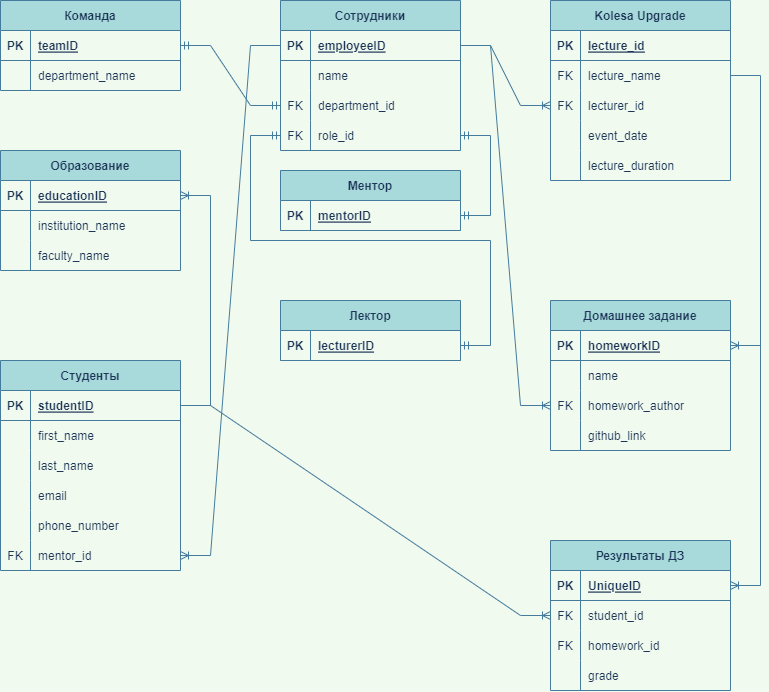
The draw.io diagram part2/kolesa-upgrade.png in Kolesa-Education/kolesa-upgrade-homework-4, before a commit. Source tidied: cells renumbered, new cells last; positions are measured from the earlier drawing's top-left corner, leaving out a move shared by most shapes.
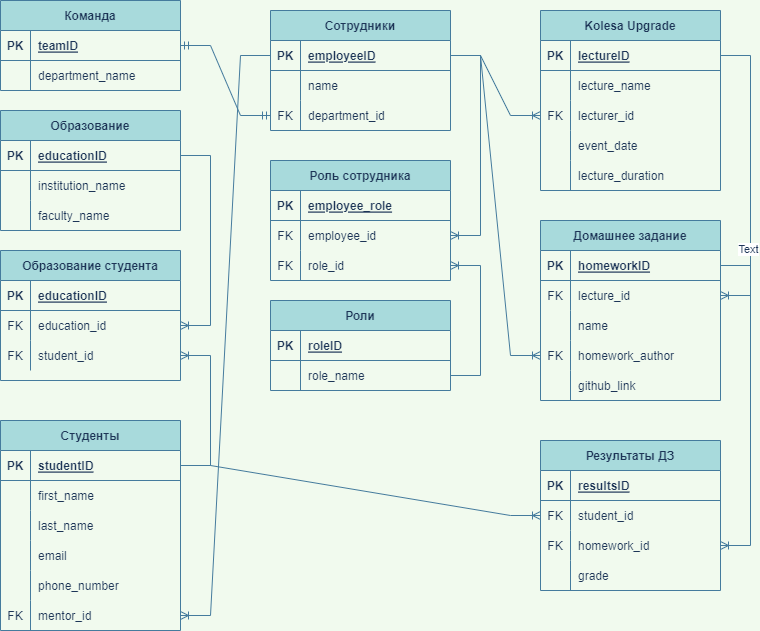
After the change.

Commit message:
Исправил-ошибки-2

The edit, as a diff of the source:
```diff
@@ -5,3 +5,3 @@
     <mxCell id="2" value="Студенты" style="shape=table;startSize=30;rowLines=0;fontStyle=1;align=center;fillColor=#A8DADC;strokeColor=#457B9D;fontColor=#1D3557;" parent="1" vertex="1">
-      <mxGeometry y="360" width="180" height="210" as="geometry" />
+      <mxGeometry x="10" y="410" width="180" height="210" as="geometry" />
     </mxCell>
@@ -62,3 +62,3 @@
     <mxCell id="21" value="Сотрудники" style="shape=table;startSize=30;rowLines=0;fontStyle=1;align=center;fillColor=#A8DADC;strokeColor=#457B9D;fontColor=#1D3557;" parent="1" vertex="1">
-      <mxGeometry x="280" width="180" height="150" as="geometry" />
+      <mxGeometry x="280" width="180" height="120" as="geometry" />
     </mxCell>
@@ -91,11 +91,2 @@
     </mxCell>
-    <mxCell id="31" style="shape=tableRow;horizontal=0;startSize=0;swimlaneHead=0;swimlaneBody=0;fillColor=none;points=[[0,0.5],[1,0.5]];portConstraint=eastwest;top=0;left=0;right=0;bottom=0;strokeColor=#457B9D;fontColor=#1D3557;" parent="21" vertex="1">
-      <mxGeometry y="120" width="180" height="30" as="geometry" />
-    </mxCell>
-    <mxCell id="32" value="FK" style="shape=partialRectangle;fillColor=none;top=0;left=0;bottom=0;right=0;fontStyle=0;overflow=hidden;strokeColor=#457B9D;fontColor=#1D3557;" parent="31" vertex="1">
-      <mxGeometry width="30" height="30" as="geometry" />
-    </mxCell>
-    <mxCell id="33" value="role_id" style="shape=partialRectangle;fillColor=none;top=0;left=0;bottom=0;right=0;align=left;spacingLeft=6;fontStyle=0;overflow=hidden;strokeColor=#457B9D;fontColor=#1D3557;" parent="31" vertex="1">
-      <mxGeometry x="30" width="150" height="30" as="geometry" />
-    </mxCell>
     <mxCell id="34" value="Kolesa Upgrade" style="shape=table;startSize=30;rowLines=0;fontStyle=1;align=center;strokeColor=#457B9D;fontColor=#1D3557;fillColor=#A8DADC;" parent="1" vertex="1">
@@ -109,3 +100,3 @@
     </mxCell>
-    <mxCell id="37" value="lecture_id" style="shape=partialRectangle;fillColor=none;top=0;left=0;bottom=0;right=0;align=left;spacingLeft=6;fontStyle=5;overflow=hidden;strokeColor=#457B9D;fontColor=#1D3557;" parent="35" vertex="1">
+    <mxCell id="37" value="lectureID" style="shape=partialRectangle;fillColor=none;top=0;left=0;bottom=0;right=0;align=left;spacingLeft=6;fontStyle=5;overflow=hidden;strokeColor=#457B9D;fontColor=#1D3557;" parent="35" vertex="1">
       <mxGeometry x="30" width="150" height="30" as="geometry" />
@@ -115,3 +106,3 @@
     </mxCell>
-    <mxCell id="39" value="FK" style="shape=partialRectangle;fillColor=none;top=0;left=0;bottom=0;right=0;fontStyle=0;overflow=hidden;strokeColor=#457B9D;fontColor=#1D3557;" parent="38" vertex="1">
+    <mxCell id="39" style="shape=partialRectangle;fillColor=none;top=0;left=0;bottom=0;right=0;fontStyle=0;overflow=hidden;strokeColor=#457B9D;fontColor=#1D3557;" parent="38" vertex="1">
       <mxGeometry width="30" height="30" as="geometry" />
@@ -149,3 +140,3 @@
     <mxCell id="50" value="Домашнее задание" style="shape=table;startSize=30;rowLines=0;fontStyle=1;align=center;strokeColor=#457B9D;fontColor=#1D3557;fillColor=#A8DADC;" parent="1" vertex="1">
-      <mxGeometry x="550" y="300" width="180" height="150" as="geometry" />
+      <mxGeometry x="550" y="210" width="180" height="180" as="geometry" />
     </mxCell>
@@ -160,4 +151,13 @@
     </mxCell>
+    <mxCell id="111" style="shape=tableRow;horizontal=0;startSize=0;swimlaneHead=0;swimlaneBody=0;fillColor=none;points=[[0,0.5],[1,0.5]];portConstraint=eastwest;top=0;left=0;right=0;bottom=0;strokeColor=#457B9D;fontColor=#1D3557;" parent="50" vertex="1">
+      <mxGeometry y="60" width="180" height="30" as="geometry" />
+    </mxCell>
+    <mxCell id="112" value="FK" style="shape=partialRectangle;fillColor=none;top=0;left=0;bottom=0;right=0;fontStyle=0;overflow=hidden;strokeColor=#457B9D;fontColor=#1D3557;" parent="111" vertex="1">
+      <mxGeometry width="30" height="30" as="geometry" />
+    </mxCell>
+    <mxCell id="113" value="lecture_id" style="shape=partialRectangle;fillColor=none;top=0;left=0;bottom=0;right=0;align=left;spacingLeft=6;fontStyle=0;overflow=hidden;strokeColor=#457B9D;fontColor=#1D3557;" parent="111" vertex="1">
+      <mxGeometry x="30" width="150" height="30" as="geometry" />
+    </mxCell>
     <mxCell id="54" style="shape=tableRow;horizontal=0;startSize=0;swimlaneHead=0;swimlaneBody=0;fillColor=none;top=0;left=0;right=0;bottom=0;strokeColor=#457B9D;fontColor=#1D3557;" parent="50" vertex="1">
-      <mxGeometry y="60" width="180" height="30" as="geometry" />
+      <mxGeometry y="90" width="180" height="30" as="geometry" />
     </mxCell>
@@ -170,3 +170,3 @@
     <mxCell id="57" style="shape=tableRow;horizontal=0;startSize=0;swimlaneHead=0;swimlaneBody=0;fillColor=none;points=[[0,0.5],[1,0.5]];portConstraint=eastwest;top=0;left=0;right=0;bottom=0;strokeColor=#457B9D;fontColor=#1D3557;" parent="50" vertex="1">
-      <mxGeometry y="90" width="180" height="30" as="geometry" />
+      <mxGeometry y="120" width="180" height="30" as="geometry" />
     </mxCell>
@@ -179,3 +179,3 @@
     <mxCell id="60" style="shape=tableRow;horizontal=0;startSize=0;swimlaneHead=0;swimlaneBody=0;fillColor=none;top=0;left=0;right=0;bottom=0;strokeColor=#457B9D;fontColor=#1D3557;" parent="50" vertex="1">
-      <mxGeometry y="120" width="180" height="30" as="geometry" />
+      <mxGeometry y="150" width="180" height="30" as="geometry" />
     </mxCell>
@@ -188,3 +188,3 @@
     <mxCell id="63" value="Результаты ДЗ" style="shape=table;startSize=30;rowLines=0;fontStyle=1;align=center;strokeColor=#457B9D;fontColor=#1D3557;fillColor=#A8DADC;" parent="1" vertex="1">
-      <mxGeometry x="550" y="540" width="180" height="150" as="geometry" />
+      <mxGeometry x="550" y="430" width="180" height="150" as="geometry" />
     </mxCell>
@@ -196,3 +196,3 @@
     </mxCell>
-    <mxCell id="66" value="UniqueID" style="shape=partialRectangle;fillColor=none;top=0;left=0;bottom=0;right=0;align=left;spacingLeft=6;fontStyle=5;overflow=hidden;strokeColor=#457B9D;fontColor=#1D3557;" parent="64" vertex="1">
+    <mxCell id="66" value="resultsID" style="shape=partialRectangle;fillColor=none;top=0;left=0;bottom=0;right=0;align=left;spacingLeft=6;fontStyle=5;overflow=hidden;strokeColor=#457B9D;fontColor=#1D3557;" parent="64" vertex="1">
       <mxGeometry x="30" width="150" height="30" as="geometry" />
@@ -238,4 +238,4 @@
     </mxCell>
-    <mxCell id="80" value="Ментор" style="shape=table;startSize=30;rowLines=0;fontStyle=1;align=center;strokeColor=#457B9D;fontColor=#1D3557;fillColor=#A8DADC;" parent="1" vertex="1">
-      <mxGeometry x="280" y="170" width="180" height="60" as="geometry" />
+    <mxCell id="80" value="Роль сотрудника" style="shape=table;startSize=30;rowLines=0;fontStyle=1;align=center;strokeColor=#457B9D;fontColor=#1D3557;fillColor=#A8DADC;" parent="1" vertex="1">
+      <mxGeometry x="280" y="150" width="180" height="120" as="geometry" />
     </mxCell>
@@ -247,10 +247,25 @@
     </mxCell>
-    <mxCell id="83" value="mentorID" style="shape=partialRectangle;fillColor=none;top=0;left=0;bottom=0;right=0;align=left;spacingLeft=6;fontStyle=5;overflow=hidden;strokeColor=#457B9D;fontColor=#1D3557;" parent="81" vertex="1">
+    <mxCell id="83" value="employee_role" style="shape=partialRectangle;fillColor=none;top=0;left=0;bottom=0;right=0;align=left;spacingLeft=6;fontStyle=5;overflow=hidden;strokeColor=#457B9D;fontColor=#1D3557;" parent="81" vertex="1">
       <mxGeometry x="30" width="150" height="30" as="geometry" />
     </mxCell>
-    <mxCell id="84" style="edgeStyle=entityRelationEdgeStyle;fontSize=12;html=1;endArrow=ERmandOne;startArrow=ERmandOne;rounded=0;strokeColor=#457B9D;fontColor=#1D3557;fillColor=#A8DADC;exitX=1;exitY=0.5;exitDx=0;exitDy=0;entryX=1;entryY=0.5;entryDx=0;entryDy=0;labelBackgroundColor=#F1FAEE;" parent="1" edge="1" source="81" target="31">
-      <mxGeometry relative="1" as="geometry" />
-    </mxCell>
+    <mxCell id="114" style="shape=tableRow;horizontal=0;startSize=0;swimlaneHead=0;swimlaneBody=0;fillColor=none;points=[[0,0.5],[1,0.5]];portConstraint=eastwest;top=0;left=0;right=0;bottom=0;strokeColor=#457B9D;fontColor=#1D3557;" parent="80" vertex="1">
+      <mxGeometry y="60" width="180" height="30" as="geometry" />
+    </mxCell>
+    <mxCell id="115" value="FK" style="shape=partialRectangle;fillColor=none;top=0;left=0;bottom=0;right=0;fontStyle=0;overflow=hidden;strokeColor=#457B9D;fontColor=#1D3557;" parent="114" vertex="1">
+      <mxGeometry width="30" height="30" as="geometry" />
+    </mxCell>
+    <mxCell id="116" value="employee_id" style="shape=partialRectangle;fillColor=none;top=0;left=0;bottom=0;right=0;align=left;spacingLeft=6;fontStyle=0;overflow=hidden;strokeColor=#457B9D;fontColor=#1D3557;" parent="114" vertex="1">
+      <mxGeometry x="30" width="150" height="30" as="geometry" />
+    </mxCell>
+    <mxCell id="117" style="shape=tableRow;horizontal=0;startSize=0;swimlaneHead=0;swimlaneBody=0;fillColor=none;points=[[0,0.5],[1,0.5]];portConstraint=eastwest;top=0;left=0;right=0;bottom=0;strokeColor=#457B9D;fontColor=#1D3557;" parent="80" vertex="1">
+      <mxGeometry y="90" width="180" height="30" as="geometry" />
+    </mxCell>
+    <mxCell id="118" value="FK" style="shape=partialRectangle;fillColor=none;top=0;left=0;bottom=0;right=0;fontStyle=0;overflow=hidden;strokeColor=#457B9D;fontColor=#1D3557;" parent="117" vertex="1">
+      <mxGeometry width="30" height="30" as="geometry" />
+    </mxCell>
+    <mxCell id="33" value="role_id" style="shape=partialRectangle;fillColor=none;top=0;left=0;bottom=0;right=0;align=left;spacingLeft=6;fontStyle=0;overflow=hidden;strokeColor=#457B9D;fontColor=#1D3557;" parent="117" vertex="1">
+      <mxGeometry x="30" width="150" height="30" as="geometry" />
+    </mxCell>
     <mxCell id="85" value="Команда" style="shape=table;startSize=30;rowLines=0;fontStyle=1;align=center;strokeColor=#457B9D;fontColor=#1D3557;fillColor=#A8DADC;" parent="1" vertex="1">
-      <mxGeometry width="180" height="90" as="geometry" />
+      <mxGeometry x="10" y="-10" width="180" height="90" as="geometry" />
     </mxCell>
@@ -278,3 +293,3 @@
     <mxCell id="93" value="Образование" style="shape=table;startSize=30;rowLines=0;fontStyle=1;align=center;fillColor=#A8DADC;strokeColor=#457B9D;fontColor=#1D3557;" parent="1" vertex="1">
-      <mxGeometry y="150" width="180" height="120" as="geometry" />
+      <mxGeometry x="10" y="100" width="180" height="120" as="geometry" />
     </mxCell>
@@ -307,28 +322,74 @@
     </mxCell>
-    <mxCell id="103" style="edgeStyle=entityRelationEdgeStyle;fontSize=12;html=1;endArrow=ERoneToMany;rounded=0;strokeColor=#457B9D;fontColor=#1D3557;fillColor=#A8DADC;exitX=1;exitY=0.5;exitDx=0;exitDy=0;entryX=1;entryY=0.5;entryDx=0;entryDy=0;" parent="1" edge="1" source="3" target="94">
-      <mxGeometry relative="1" as="geometry" />
-    </mxCell>
-    <mxCell id="104" value="Лектор" style="shape=table;startSize=30;rowLines=0;fontStyle=1;align=center;strokeColor=#457B9D;fontColor=#1D3557;fillColor=#A8DADC;" parent="1" vertex="1">
-      <mxGeometry x="280" y="300" width="180" height="60" as="geometry" />
-    </mxCell>
-    <mxCell id="105" style="shape=tableRow;horizontal=0;startSize=0;swimlaneHead=0;swimlaneBody=0;fillColor=none;points=[[0,0.5],[1,0.5]];portConstraint=eastwest;top=0;left=0;right=0;bottom=1;strokeColor=#457B9D;fontColor=#1D3557;" parent="104" vertex="1">
-      <mxGeometry y="30" width="180" height="30" as="geometry" />
-    </mxCell>
-    <mxCell id="106" value="PK" style="shape=partialRectangle;fillColor=none;top=0;left=0;bottom=0;right=0;fontStyle=1;overflow=hidden;strokeColor=#457B9D;fontColor=#1D3557;" parent="105" vertex="1">
-      <mxGeometry width="30" height="30" as="geometry" />
-    </mxCell>
-    <mxCell id="107" value="lecturerID" style="shape=partialRectangle;fillColor=none;top=0;left=0;bottom=0;right=0;align=left;spacingLeft=6;fontStyle=5;overflow=hidden;strokeColor=#457B9D;fontColor=#1D3557;" parent="105" vertex="1">
-      <mxGeometry x="30" width="150" height="30" as="geometry" />
-    </mxCell>
-    <mxCell id="108" style="edgeStyle=entityRelationEdgeStyle;fontSize=12;html=1;endArrow=ERmandOne;startArrow=ERmandOne;rounded=0;strokeColor=#457B9D;fontColor=#1D3557;fillColor=#A8DADC;" parent="1" edge="1" source="105">
-      <mxGeometry relative="1" as="geometry">
-        <mxPoint x="280" y="135" as="targetPoint" />
-      </mxGeometry>
-    </mxCell>
-    <mxCell id="109" style="edgeStyle=entityRelationEdgeStyle;fontSize=12;html=1;endArrow=ERoneToMany;rounded=0;strokeColor=#457B9D;fontColor=#1D3557;fillColor=#A8DADC;exitX=1;exitY=0.5;exitDx=0;exitDy=0;entryX=1;entryY=0.5;entryDx=0;entryDy=0;" parent="1" edge="1" source="38" target="51">
+    <mxCell id="109" style="edgeStyle=entityRelationEdgeStyle;fontSize=12;html=1;endArrow=ERoneToMany;rounded=0;strokeColor=#457B9D;fontColor=#1D3557;fillColor=#A8DADC;exitX=1;exitY=0.5;exitDx=0;exitDy=0;entryX=1;entryY=0.5;entryDx=0;entryDy=0;" parent="1" edge="1" source="35" target="111">
       <mxGeometry relative="1" as="geometry" />
     </mxCell>
+    <mxCell id="119" value="Text" style="edgeLabel;html=1;align=center;verticalAlign=middle;fontColor=#1D3557;" parent="109" vertex="1">
+      <mxGeometry x="0.48" y="-3" relative="1" as="geometry" />
+    </mxCell>
-    <mxCell id="110" style="edgeStyle=entityRelationEdgeStyle;fontSize=12;html=1;endArrow=ERoneToMany;rounded=0;strokeColor=#457B9D;fontColor=#1D3557;fillColor=#A8DADC;entryX=1;entryY=0.5;entryDx=0;entryDy=0;" parent="1" edge="1" source="51" target="64">
+    <mxCell id="110" style="edgeStyle=entityRelationEdgeStyle;fontSize=12;html=1;endArrow=ERoneToMany;rounded=0;strokeColor=#457B9D;fontColor=#1D3557;fillColor=#A8DADC;entryX=1;entryY=0.5;entryDx=0;entryDy=0;exitX=1;exitY=0.5;exitDx=0;exitDy=0;" parent="1" edge="1" source="51" target="70">
       <mxGeometry relative="1" as="geometry" />
     </mxCell>
+    <mxCell id="120" style="edgeStyle=entityRelationEdgeStyle;fontSize=12;html=1;endArrow=ERoneToMany;rounded=0;strokeColor=#457B9D;fontColor=#1D3557;fillColor=#A8DADC;entryX=1;entryY=0.5;entryDx=0;entryDy=0;exitX=1;exitY=0.5;exitDx=0;exitDy=0;" parent="1" edge="1" source="22" target="114">
+      <mxGeometry relative="1" as="geometry" />
+    </mxCell>
+    <mxCell id="121" value="Роли" style="shape=table;startSize=30;rowLines=0;fontStyle=1;align=center;strokeColor=#457B9D;fontColor=#1D3557;fillColor=#A8DADC;" parent="1" vertex="1">
+      <mxGeometry x="280" y="290" width="180" height="90" as="geometry" />
+    </mxCell>
+    <mxCell id="122" style="shape=tableRow;horizontal=0;startSize=0;swimlaneHead=0;swimlaneBody=0;fillColor=none;top=0;left=0;right=0;bottom=1;strokeColor=#457B9D;fontColor=#1D3557;" parent="121" vertex="1">
+      <mxGeometry y="30" width="180" height="30" as="geometry" />
+    </mxCell>
+    <mxCell id="123" value="PK" style="shape=partialRectangle;fillColor=none;top=0;left=0;bottom=0;right=0;fontStyle=1;overflow=hidden;strokeColor=#457B9D;fontColor=#1D3557;" parent="122" vertex="1">
+      <mxGeometry width="30" height="30" as="geometry" />
+    </mxCell>
+    <mxCell id="124" value="roleID" style="shape=partialRectangle;fillColor=none;top=0;left=0;bottom=0;right=0;align=left;spacingLeft=6;fontStyle=5;overflow=hidden;strokeColor=#457B9D;fontColor=#1D3557;" parent="122" vertex="1">
+      <mxGeometry x="30" width="150" height="30" as="geometry" />
+    </mxCell>
+    <mxCell id="125" style="shape=tableRow;horizontal=0;startSize=0;swimlaneHead=0;swimlaneBody=0;fillColor=none;points=[[0,0.5],[1,0.5]];portConstraint=eastwest;top=0;left=0;right=0;bottom=0;strokeColor=#457B9D;fontColor=#1D3557;" parent="121" vertex="1">
+      <mxGeometry y="60" width="180" height="30" as="geometry" />
+    </mxCell>
+    <mxCell id="126" style="shape=partialRectangle;fillColor=none;top=0;left=0;bottom=0;right=0;overflow=hidden;strokeColor=#457B9D;fontColor=#1D3557;" parent="125" vertex="1">
+      <mxGeometry width="30" height="30" as="geometry" />
+    </mxCell>
+    <mxCell id="127" value="role_name" style="shape=partialRectangle;fillColor=none;top=0;left=0;bottom=0;right=0;align=left;spacingLeft=6;overflow=hidden;strokeColor=#457B9D;fontColor=#1D3557;" parent="125" vertex="1">
+      <mxGeometry x="30" width="150" height="30" as="geometry" />
+    </mxCell>
+    <mxCell id="128" style="edgeStyle=entityRelationEdgeStyle;fontSize=12;html=1;endArrow=ERoneToMany;rounded=0;strokeColor=#457B9D;fontColor=#1D3557;fillColor=#A8DADC;entryX=1;entryY=0.5;entryDx=0;entryDy=0;exitX=1;exitY=0.5;exitDx=0;exitDy=0;" parent="1" edge="1" source="125" target="117">
+      <mxGeometry relative="1" as="geometry" />
+    </mxCell>
+    <mxCell id="129" value="Образование студента" style="shape=table;startSize=30;rowLines=0;fontStyle=1;align=center;strokeColor=#457B9D;fontColor=#1D3557;fillColor=#A8DADC;" parent="1" vertex="1">
+      <mxGeometry x="10" y="240" width="180" height="130" as="geometry" />
+    </mxCell>
+    <mxCell id="130" style="shape=tableRow;horizontal=0;startSize=0;swimlaneHead=0;swimlaneBody=0;fillColor=none;top=0;left=0;right=0;bottom=1;strokeColor=#457B9D;fontColor=#1D3557;" parent="129" vertex="1">
+      <mxGeometry y="30" width="180" height="30" as="geometry" />
+    </mxCell>
+    <mxCell id="131" value="PK" style="shape=partialRectangle;fillColor=none;top=0;left=0;bottom=0;right=0;fontStyle=1;overflow=hidden;strokeColor=#457B9D;fontColor=#1D3557;" parent="130" vertex="1">
+      <mxGeometry width="30" height="30" as="geometry" />
+    </mxCell>
+    <mxCell id="132" value="educationID" style="shape=partialRectangle;fillColor=none;top=0;left=0;bottom=0;right=0;align=left;spacingLeft=6;fontStyle=5;overflow=hidden;strokeColor=#457B9D;fontColor=#1D3557;" parent="130" vertex="1">
+      <mxGeometry x="30" width="150" height="30" as="geometry" />
+    </mxCell>
+    <mxCell id="133" style="shape=tableRow;horizontal=0;startSize=0;swimlaneHead=0;swimlaneBody=0;fillColor=none;points=[[0,0.5],[1,0.5]];portConstraint=eastwest;top=0;left=0;right=0;bottom=0;strokeColor=#457B9D;fontColor=#1D3557;" parent="129" vertex="1">
+      <mxGeometry y="60" width="180" height="30" as="geometry" />
+    </mxCell>
+    <mxCell id="134" value="FK" style="shape=partialRectangle;fillColor=none;top=0;left=0;bottom=0;right=0;fontStyle=0;overflow=hidden;strokeColor=#457B9D;fontColor=#1D3557;" parent="133" vertex="1">
+      <mxGeometry width="30" height="30" as="geometry" />
+    </mxCell>
+    <mxCell id="135" value="education_id" style="shape=partialRectangle;fillColor=none;top=0;left=0;bottom=0;right=0;align=left;spacingLeft=6;fontStyle=0;overflow=hidden;strokeColor=#457B9D;fontColor=#1D3557;" parent="133" vertex="1">
+      <mxGeometry x="30" width="150" height="30" as="geometry" />
+    </mxCell>
+    <mxCell id="136" style="shape=tableRow;horizontal=0;startSize=0;swimlaneHead=0;swimlaneBody=0;fillColor=none;points=[[0,0.5],[1,0.5]];portConstraint=eastwest;top=0;left=0;right=0;bottom=0;strokeColor=#457B9D;fontColor=#1D3557;" parent="129" vertex="1">
+      <mxGeometry y="90" width="180" height="30" as="geometry" />
+    </mxCell>
+    <mxCell id="137" value="FK" style="shape=partialRectangle;fillColor=none;top=0;left=0;bottom=0;right=0;fontStyle=0;overflow=hidden;strokeColor=#457B9D;fontColor=#1D3557;" parent="136" vertex="1">
+      <mxGeometry width="30" height="30" as="geometry" />
+    </mxCell>
+    <mxCell id="138" value="student_id" style="shape=partialRectangle;fillColor=none;top=0;left=0;bottom=0;right=0;align=left;spacingLeft=6;fontStyle=0;overflow=hidden;strokeColor=#457B9D;fontColor=#1D3557;" parent="136" vertex="1">
+      <mxGeometry x="30" width="150" height="30" as="geometry" />
+    </mxCell>
+    <mxCell id="139" style="edgeStyle=entityRelationEdgeStyle;fontSize=12;html=1;endArrow=ERoneToMany;rounded=0;strokeColor=#457B9D;fontColor=#1D3557;fillColor=#A8DADC;exitX=1;exitY=0.5;exitDx=0;exitDy=0;entryX=1;entryY=0.5;entryDx=0;entryDy=0;" parent="1" edge="1" source="3" target="136">
+      <mxGeometry relative="1" as="geometry" />
+    </mxCell>
+    <mxCell id="140" style="edgeStyle=entityRelationEdgeStyle;fontSize=12;html=1;endArrow=ERoneToMany;rounded=0;strokeColor=#457B9D;fontColor=#1D3557;fillColor=#A8DADC;exitX=1;exitY=0.5;exitDx=0;exitDy=0;entryX=1;entryY=0.5;entryDx=0;entryDy=0;" parent="1" edge="1" source="94" target="133">
+      <mxGeometry relative="1" as="geometry" />
+    </mxCell>
   </root>
```
